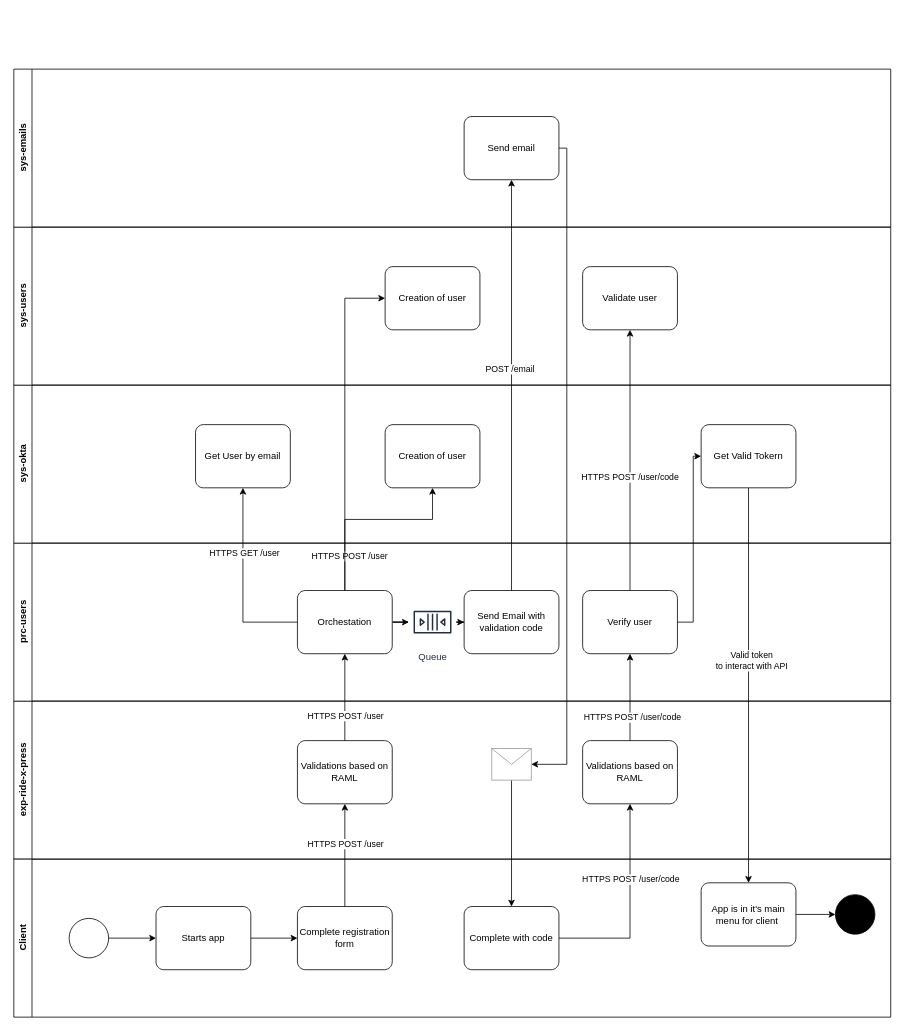
Earlier version of the draw.io diagram page "Drill down - Client Registration flow" (1 of 8) of architecture/diagrams/Basic main flow.drawio (RideXpress/docs). Source tidied: cells renumbered, new cells numbered last; positions are measured from the earlier drawing's top-left corner, leaving out a move shared by most shapes. Both pictures are drawn from the tidied source at 79%, with x=0, y=0 at pixel (13, 69).
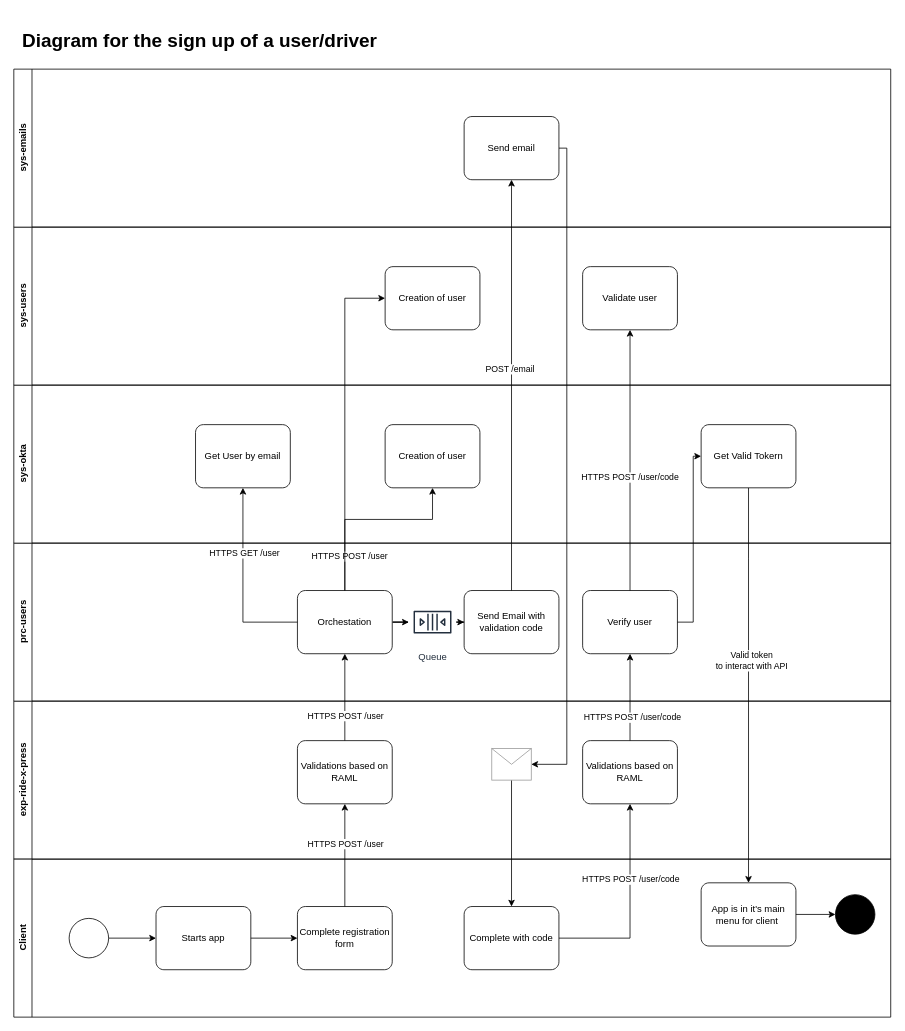
The same diagram, later.

Commit message (it also covers changes not shown here):
Diagram for the interaction between the Client and the Exp API when it's finishing a ride

Change to the diagram source:
```diff
@@
+    <mxCell id="54" value="&lt;h1&gt;Diagram for the sign up of a user/driver&lt;br&gt;&lt;/h1&gt;" style="text;html=1;align=center;verticalAlign=middle;strokeColor=none;fillColor=none;" parent="1" vertex="1">
+      <mxGeometry y="-70" width="470" height="70" as="geometry" />
+    </mxCell>
```
